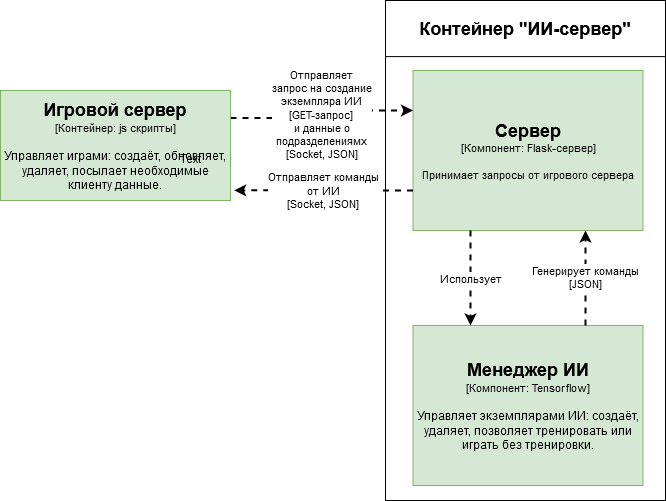
The draw.io diagram Модельный граф/Model-graph_Component-diagram.png in 7kia/dissertation-of-master-student, before a commit. Source tidied: cells renumbered, new cells last; positions are measured from the earlier drawing's top-left corner, leaving out a move shared by most shapes. Its diagram source:
```xml
<mxGraphModel>
  <root>
    <mxCell id="0" />
    <mxCell id="1" parent="0" />
    <mxCell id="2" style="rounded=0;whiteSpace=wrap;html=1;" parent="1" vertex="1">
      <mxGeometry x="385" width="280" height="500" as="geometry" />
    </mxCell>
    <mxCell id="3" value="&lt;b&gt;&lt;font style=&quot;font-size: 18px&quot;&gt;Контейнер &quot;ИИ-сервер&quot;&lt;/font&gt;&lt;/b&gt;" style="rounded=0;whiteSpace=wrap;html=1;" parent="1" vertex="1">
      <mxGeometry x="385" width="280" height="56.1" as="geometry" />
    </mxCell>
    <mxCell id="4" value="&lt;div&gt;&lt;b&gt;&lt;font style=&quot;font-size: 18px&quot;&gt;Сервер&lt;/font&gt;&lt;/b&gt;&lt;br&gt;&lt;/div&gt;&lt;div&gt;&lt;font style=&quot;font-size: 11px&quot;&gt;[Компонент&lt;/font&gt;&lt;font style=&quot;font-size: 11px&quot;&gt;&lt;span class=&quot;tlid-translation translation&quot; lang=&quot;ru&quot;&gt;&lt;span title=&quot;&quot; class=&quot;&quot;&gt;: Flask-сервер]&lt;/span&gt;&lt;/span&gt;&lt;/font&gt;&lt;/div&gt;&lt;div&gt;&lt;font style=&quot;font-size: 10px&quot;&gt;&lt;br&gt;&lt;/font&gt;&lt;/div&gt;Принимает запросы от игрового сервера" style="rounded=0;whiteSpace=wrap;html=1;fillColor=#d5e8d4;strokeColor=#82b366;fontSize=11;" parent="1" vertex="1">
      <mxGeometry x="412.5" y="70" width="230" height="160" as="geometry" />
    </mxCell>
    <mxCell id="5" value="&lt;div&gt;Отправляет&lt;/div&gt;&lt;div&gt;запрос на создание &lt;br&gt;&lt;/div&gt;&lt;div&gt;экземпляра ИИ&lt;/div&gt;&lt;div&gt;[&lt;span class=&quot;pl-en&quot;&gt;&lt;span class=&quot;pl-s&quot;&gt;GET-запрос&lt;/span&gt;&lt;/span&gt;] &lt;br&gt;&lt;/div&gt;&lt;div&gt;и данные о&lt;/div&gt;&lt;div&gt; подразделениямх&lt;/div&gt;&lt;div&gt;[Socket, JSON]&lt;/div&gt;" style="edgeStyle=orthogonalEdgeStyle;rounded=0;jettySize=auto;html=1;entryX=0;entryY=0.25;entryDx=0;entryDy=0;dashed=1;strokeWidth=2;exitX=1;exitY=0.25;exitDx=0;exitDy=0;" parent="1" edge="1" source="10" target="4">
      <mxGeometry relative="1" as="geometry" />
    </mxCell>
    <mxCell id="6" value="&lt;div&gt;Отправляет команды&lt;/div&gt;&lt;div&gt;от ИИ&lt;/div&gt;&lt;div&gt;[Socket, JSON]&lt;br&gt;&lt;/div&gt;" style="edgeStyle=orthogonalEdgeStyle;rounded=0;jettySize=auto;html=1;exitX=0;exitY=0.75;exitDx=0;exitDy=0;entryX=1.016;entryY=0.908;entryDx=0;entryDy=0;dashed=1;strokeWidth=2;entryPerimeter=0;" parent="1" edge="1" source="4" target="10">
      <mxGeometry relative="1" as="geometry" />
    </mxCell>
    <mxCell id="7" value="&lt;div&gt;&lt;b&gt;&lt;font style=&quot;font-size: 18px&quot;&gt;Менеджер ИИ&lt;/font&gt;&lt;/b&gt;&lt;br&gt;&lt;/div&gt;&lt;div&gt;&lt;div&gt;&lt;font style=&quot;font-size: 11px&quot;&gt;[&lt;font style=&quot;font-size: 11px&quot;&gt;Компонент&lt;/font&gt;&lt;/font&gt;&lt;font style=&quot;font-size: 11px&quot; size=&quot;3&quot;&gt;&lt;span class=&quot;tlid-translation translation&quot; lang=&quot;ru&quot;&gt;&lt;span title=&quot;&quot; class=&quot;&quot;&gt;: Tensorflow]&lt;/span&gt;&lt;/span&gt;&lt;/font&gt;&lt;/div&gt;&lt;font style=&quot;font-size: 11px&quot; size=&quot;3&quot;&gt;&lt;span class=&quot;tlid-translation translation&quot; lang=&quot;ru&quot;&gt;&lt;span title=&quot;&quot; class=&quot;&quot;&gt;&lt;/span&gt;&lt;/span&gt;&lt;/font&gt;&lt;/div&gt;&lt;div&gt;&lt;font style=&quot;font-size: 10px&quot;&gt;&lt;br&gt;&lt;/font&gt;&lt;/div&gt;&lt;div&gt;Управляет экземплярами ИИ: создаёт, удаляет, позволяет тренировать или играть без тренировки.&lt;br&gt;&lt;/div&gt;" style="rounded=0;whiteSpace=wrap;html=1;fillColor=#d5e8d4;strokeColor=#82b366;" parent="1" vertex="1">
      <mxGeometry x="412.5" y="325" width="230" height="160" as="geometry" />
    </mxCell>
    <mxCell id="8" value="Использует" style="edgeStyle=orthogonalEdgeStyle;rounded=0;jettySize=auto;html=1;exitX=0.25;exitY=1;exitDx=0;exitDy=0;entryX=0.25;entryY=0;entryDx=0;entryDy=0;dashed=1;strokeWidth=2;" parent="1" edge="1" source="4" target="7">
      <mxGeometry relative="1" as="geometry" />
    </mxCell>
    <mxCell id="9" value="&lt;div&gt;Генерирует команды&lt;/div&gt;&lt;div&gt;[JSON]&lt;br&gt;&lt;/div&gt;" style="edgeStyle=orthogonalEdgeStyle;rounded=0;jettySize=auto;html=1;exitX=0.75;exitY=0;exitDx=0;exitDy=0;dashed=1;strokeWidth=2;entryX=0.75;entryY=1;entryDx=0;entryDy=0;" parent="1" edge="1" source="7" target="4">
      <mxGeometry relative="1" as="geometry" />
    </mxCell>
    <mxCell id="10" value="&lt;div&gt;&lt;b&gt;&lt;font style=&quot;font-size: 18px&quot;&gt;Игровой сервер&lt;/font&gt;&lt;/b&gt;&lt;br&gt;&lt;/div&gt;&lt;div&gt;&lt;font style=&quot;font-size: 11px&quot;&gt;[&lt;/font&gt;&lt;font style=&quot;font-size: 11px&quot;&gt;&lt;span class=&quot;tlid-translation translation&quot; lang=&quot;ru&quot;&gt;&lt;span title=&quot;&quot; class=&quot;&quot;&gt;Контейнер: js скрипты]&lt;/span&gt;&lt;/span&gt;&lt;/font&gt;&lt;/div&gt;&lt;div&gt;&lt;font style=&quot;font-size: 10px&quot;&gt;&lt;br&gt;&lt;/font&gt;&lt;/div&gt;&lt;div&gt;Управляет играми: создаёт, обновляет, удаляет, посылает необходимые клиенту данные.&lt;br&gt;&lt;/div&gt;" style="rounded=0;whiteSpace=wrap;html=1;fillColor=#d5e8d4;strokeColor=#82b366;" parent="1" vertex="1">
      <mxGeometry y="90" width="230" height="110" as="geometry" />
    </mxCell>
    <mxCell id="11" value="Text" style="text;html=1;align=center;verticalAlign=middle;" parent="1" vertex="1">
      <mxGeometry x="170" y="148" width="40" height="20" as="geometry" />
    </mxCell>
  </root>
</mxGraphModel>
```
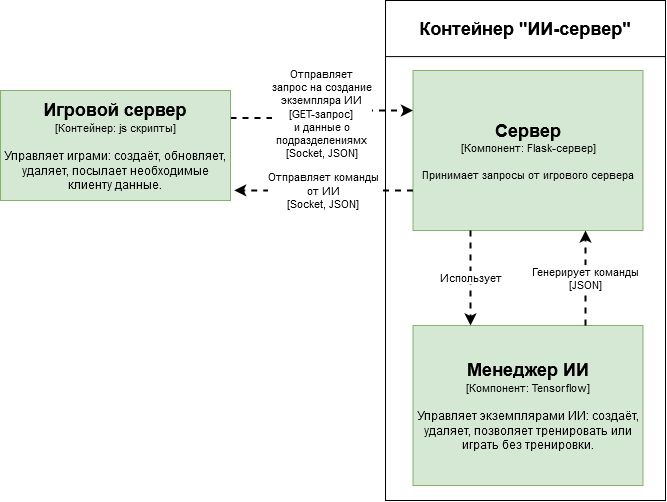
Above is the later version.

Commit message:
В 3-ей главе осталось вставить диаграммы классов

Diff of the diagram source:
```diff
@@ -29,8 +29,5 @@
     <mxCell id="10" value="&lt;div&gt;&lt;b&gt;&lt;font style=&quot;font-size: 18px&quot;&gt;Игровой сервер&lt;/font&gt;&lt;/b&gt;&lt;br&gt;&lt;/div&gt;&lt;div&gt;&lt;font style=&quot;font-size: 11px&quot;&gt;[&lt;/font&gt;&lt;font style=&quot;font-size: 11px&quot;&gt;&lt;span class=&quot;tlid-translation translation&quot; lang=&quot;ru&quot;&gt;&lt;span title=&quot;&quot; class=&quot;&quot;&gt;Контейнер: js скрипты]&lt;/span&gt;&lt;/span&gt;&lt;/font&gt;&lt;/div&gt;&lt;div&gt;&lt;font style=&quot;font-size: 10px&quot;&gt;&lt;br&gt;&lt;/font&gt;&lt;/div&gt;&lt;div&gt;Управляет играми: создаёт, обновляет, удаляет, посылает необходимые клиенту данные.&lt;br&gt;&lt;/div&gt;" style="rounded=0;whiteSpace=wrap;html=1;fillColor=#d5e8d4;strokeColor=#82b366;" parent="1" vertex="1">
       <mxGeometry y="90" width="230" height="110" as="geometry" />
     </mxCell>
-    <mxCell id="11" value="Text" style="text;html=1;align=center;verticalAlign=middle;" parent="1" vertex="1">
-      <mxGeometry x="170" y="148" width="40" height="20" as="geometry" />
-    </mxCell>
   </root>
 </mxGraphModel>
```
